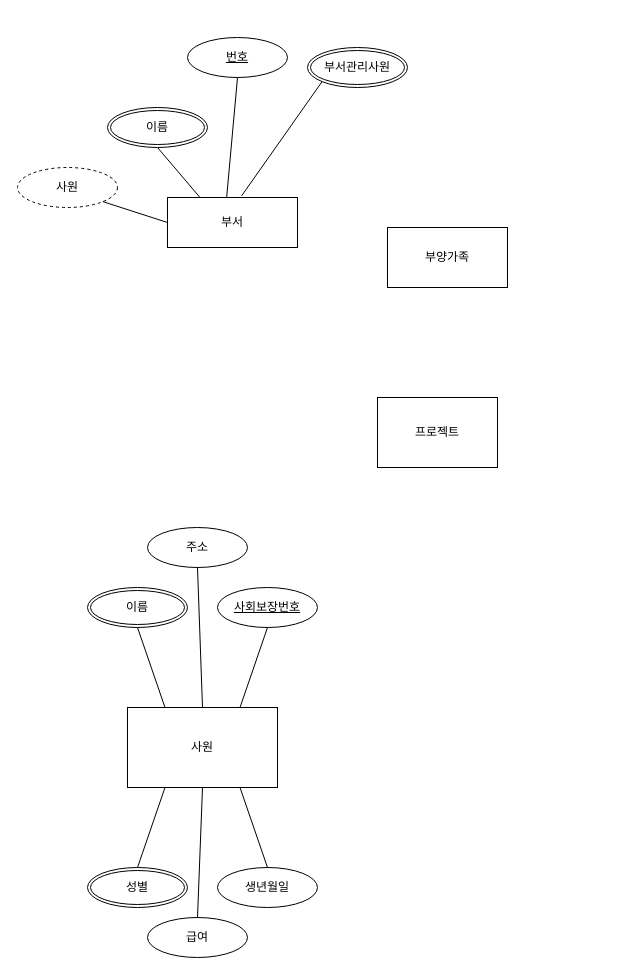
Before: 회사다이어그램.drawio in fghjklvmbn/programming-of-anything, a draw.io diagram. Source tidied: cells renumbered, new cells numbered last; positions are measured from the earlier drawing's top-left corner, leaving out a move shared by most shapes. Both pictures are drawn from the tidied source at 100%, with x=0, y=0 at pixel (17, 37).
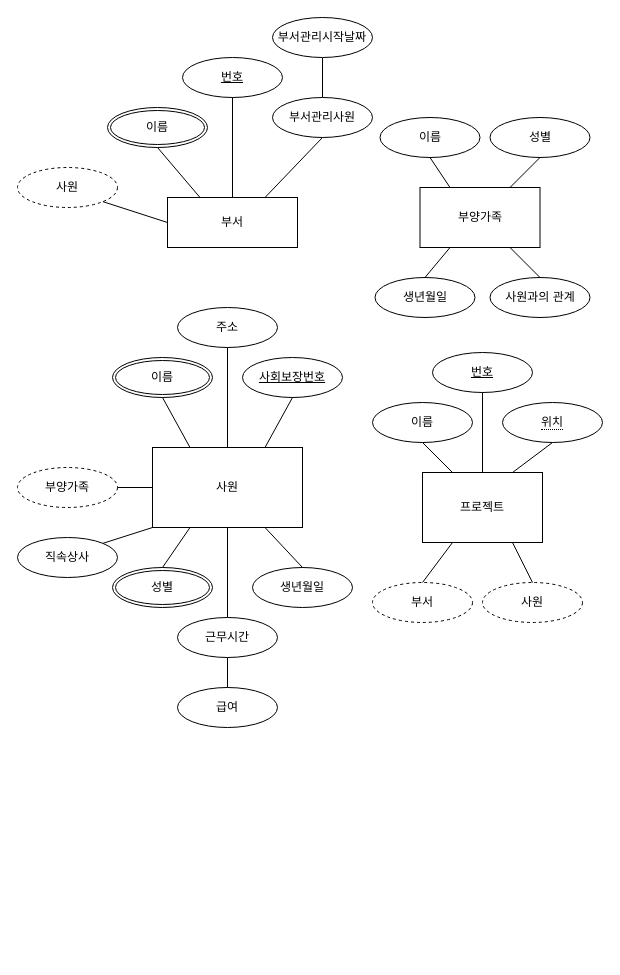
After the change.

Commit message (it also covers changes not shown here):
회사다이어그램.drawio 업데이트

The change refers to these unchanged cells:
```xml
<mxCell id="2" value="부서" style="rounded=0;whiteSpace=wrap;html=1;" parent="1" vertex="1">
  <mxGeometry x="150" y="160" width="130" height="50" as="geometry" />
</mxCell>
<mxCell id="10" value="이름" style="ellipse;shape=doubleEllipse;margin=3;whiteSpace=wrap;html=1;align=center;" parent="1" vertex="1">
  <mxGeometry x="90" y="70" width="100" height="40" as="geometry" />
</mxCell>
<mxCell id="12" value="사원" style="ellipse;whiteSpace=wrap;html=1;align=center;dashed=1;" parent="1" vertex="1">
  <mxGeometry y="130" width="100" height="40" as="geometry" />
</mxCell>
```

Change to the diagram source:
```diff
@@
     <mxCell id="3" value="부양가족" style="rounded=0;whiteSpace=wrap;html=1;" parent="1" vertex="1">
-      <mxGeometry x="370" y="190" width="120" height="60" as="geometry" />
+      <mxGeometry x="402.5" y="150" width="120" height="60" as="geometry" />
     </mxCell>
     <mxCell id="4" value="프로젝트" style="rounded=0;whiteSpace=wrap;html=1;" parent="1" vertex="1">
-      <mxGeometry x="360" y="360" width="120" height="70" as="geometry" />
+      <mxGeometry x="405" y="435" width="120" height="70" as="geometry" />
     </mxCell>
     <mxCell id="5" value="사원" style="rounded=0;whiteSpace=wrap;html=1;" parent="1" vertex="1">
-      <mxGeometry x="110" y="670" width="150" height="80" as="geometry" />
+      <mxGeometry x="135" y="410" width="150" height="80" as="geometry" />
     </mxCell>
-    <mxCell id="6" style="endArrow=none;html=1;rounded=0;exitX=0.25;exitY=0;exitDx=0;exitDy=0;" parent="1" edge="1" source="2">
-      <mxGeometry relative="1" as="geometry">
-        <mxPoint x="140" y="110" as="targetPoint" />
-      </mxGeometry>
-    </mxCell>
-    <mxCell id="7" style="endArrow=none;html=1;rounded=0;exitX=0.455;exitY=0;exitDx=0;exitDy=0;exitPerimeter=0;entryX=0.5;entryY=1;entryDx=0;entryDy=0;" parent="1" edge="1" source="2">
-      <mxGeometry relative="1" as="geometry">
-        <mxPoint x="220" y="40" as="targetPoint" />
-      </mxGeometry>
-    </mxCell>
-    <mxCell id="8" style="endArrow=none;html=1;rounded=0;exitX=0.57;exitY=-0.033;exitDx=0;exitDy=0;exitPerimeter=0;entryX=0;entryY=1;entryDx=0;entryDy=0;" parent="1" edge="1" source="2">
-      <mxGeometry relative="1" as="geometry">
-        <mxPoint x="304.6" y="44.1" as="targetPoint" />
-      </mxGeometry>
-    </mxCell>
-    <mxCell id="9" value="부서관리사원" style="ellipse;shape=doubleEllipse;margin=3;whiteSpace=wrap;html=1;align=center;" parent="1" vertex="1">
-      <mxGeometry x="290" y="10" width="100" height="40" as="geometry" />
-    </mxCell>
@@
     <mxCell id="11" value="번호" style="ellipse;whiteSpace=wrap;html=1;align=center;fontStyle=4;" parent="1" vertex="1">
-      <mxGeometry x="170" width="100" height="40" as="geometry" />
+      <mxGeometry x="165" y="20" width="100" height="40" as="geometry" />
     </mxCell>
@@
-    <mxCell id="13" style="endArrow=none;html=1;rounded=0;exitX=1;exitY=1;exitDx=0;exitDy=0;entryX=0;entryY=0.5;entryDx=0;entryDy=0;" parent="1" edge="1" source="12" target="2">
-      <mxGeometry relative="1" as="geometry" />
-    </mxCell>
     <mxCell id="14" value="주소" style="ellipse;whiteSpace=wrap;html=1;align=center;" parent="1" vertex="1">
-      <mxGeometry x="130" y="490" width="100" height="40" as="geometry" />
+      <mxGeometry x="160" y="270" width="100" height="40" as="geometry" />
     </mxCell>
     <mxCell id="15" value="급여" style="ellipse;whiteSpace=wrap;html=1;align=center;" parent="1" vertex="1">
-      <mxGeometry x="130" y="880" width="100" height="40" as="geometry" />
+      <mxGeometry x="160" y="650" width="100" height="40" as="geometry" />
     </mxCell>
     <mxCell id="16" value="생년월일" style="ellipse;whiteSpace=wrap;html=1;align=center;" parent="1" vertex="1">
-      <mxGeometry x="200" y="830" width="100" height="40" as="geometry" />
+      <mxGeometry x="235" y="530" width="100" height="40" as="geometry" />
     </mxCell>
     <mxCell id="17" value="사회보장번호" style="ellipse;whiteSpace=wrap;html=1;align=center;fontStyle=4;" parent="1" vertex="1">
-      <mxGeometry x="200" y="550" width="100" height="40" as="geometry" />
+      <mxGeometry x="225" y="320" width="100" height="40" as="geometry" />
     </mxCell>
     <mxCell id="18" value="이름" style="ellipse;shape=doubleEllipse;margin=3;whiteSpace=wrap;html=1;align=center;" parent="1" vertex="1">
-      <mxGeometry x="70" y="550" width="100" height="40" as="geometry" />
+      <mxGeometry x="95" y="320" width="100" height="40" as="geometry" />
     </mxCell>
     <mxCell id="19" value="성별" style="ellipse;shape=doubleEllipse;margin=3;whiteSpace=wrap;html=1;align=center;" parent="1" vertex="1">
-      <mxGeometry x="70" y="830" width="100" height="40" as="geometry" />
+      <mxGeometry x="95" y="530" width="100" height="40" as="geometry" />
     </mxCell>
@@
-    <mxCell id="23" style="endArrow=none;html=1;rounded=0;entryX=0.5;entryY=1;entryDx=0;entryDy=0;exitX=0.5;exitY=0;exitDx=0;exitDy=0;" parent="1" edge="1" source="15" target="5">
+    <mxCell id="23" style="endArrow=none;html=1;rounded=0;entryX=0.5;entryY=1;entryDx=0;entryDy=0;exitX=0.5;exitY=0;exitDx=0;exitDy=0;" parent="1" edge="1" source="53" target="5">
       <mxGeometry relative="1" as="geometry" />
     </mxCell>
@@
+    <mxCell id="26" value="번호" style="ellipse;whiteSpace=wrap;html=1;align=center;fontStyle=4;" parent="1" vertex="1">
+      <mxGeometry x="415" y="315" width="100" height="40" as="geometry" />
+    </mxCell>
+    <mxCell id="27" value="사원" style="ellipse;whiteSpace=wrap;html=1;align=center;dashed=1;" parent="1" vertex="1">
+      <mxGeometry x="465" y="545" width="100" height="40" as="geometry" />
+    </mxCell>
+    <mxCell id="28" value="&lt;span style=&quot;border-bottom: 1px dotted&quot;&gt;위치&lt;br&gt;&lt;/span&gt;" style="ellipse;whiteSpace=wrap;html=1;align=center;" parent="1" vertex="1">
+      <mxGeometry x="485" y="365" width="100" height="40" as="geometry" />
+    </mxCell>
+    <mxCell id="29" value="이름" style="ellipse;whiteSpace=wrap;html=1;align=center;" parent="1" vertex="1">
+      <mxGeometry x="355" y="365" width="100" height="40" as="geometry" />
+    </mxCell>
+    <mxCell id="30" value="부서" style="ellipse;whiteSpace=wrap;html=1;align=center;dashed=1;" parent="1" vertex="1">
+      <mxGeometry x="355" y="545" width="100" height="40" as="geometry" />
+    </mxCell>
+    <mxCell id="31" style="endArrow=none;html=1;rounded=0;exitX=0.25;exitY=1;exitDx=0;exitDy=0;entryX=0.5;entryY=0;entryDx=0;entryDy=0;" parent="1" edge="1" source="4" target="30">
+      <mxGeometry relative="1" as="geometry" />
+    </mxCell>
+    <mxCell id="32" style="endArrow=none;html=1;rounded=0;exitX=0.75;exitY=1;exitDx=0;exitDy=0;entryX=0.5;entryY=0;entryDx=0;entryDy=0;" parent="1" edge="1" source="4" target="27">
+      <mxGeometry relative="1" as="geometry" />
+    </mxCell>
+    <mxCell id="33" style="endArrow=none;html=1;rounded=0;exitX=0.5;exitY=1;exitDx=0;exitDy=0;entryX=0.25;entryY=0;entryDx=0;entryDy=0;" parent="1" edge="1" source="29" target="4">
+      <mxGeometry relative="1" as="geometry" />
+    </mxCell>
+    <mxCell id="34" style="endArrow=none;html=1;rounded=0;entryX=0.5;entryY=1;entryDx=0;entryDy=0;exitX=0.5;exitY=0;exitDx=0;exitDy=0;" parent="1" edge="1" source="4" target="26">
+      <mxGeometry relative="1" as="geometry" />
+    </mxCell>
+    <mxCell id="35" style="endArrow=none;html=1;rounded=0;entryX=0.5;entryY=1;entryDx=0;entryDy=0;exitX=0.75;exitY=0;exitDx=0;exitDy=0;" parent="1" edge="1" source="4" target="28">
+      <mxGeometry relative="1" as="geometry" />
+    </mxCell>
+    <mxCell id="36" value="성별" style="ellipse;whiteSpace=wrap;html=1;align=center;" parent="1" vertex="1">
+      <mxGeometry x="472.5" y="80" width="100" height="40" as="geometry" />
+    </mxCell>
+    <mxCell id="37" value="이름" style="ellipse;whiteSpace=wrap;html=1;align=center;" parent="1" vertex="1">
+      <mxGeometry x="362.5" y="80" width="100" height="40" as="geometry" />
+    </mxCell>
+    <mxCell id="38" value="생년월일" style="ellipse;whiteSpace=wrap;html=1;align=center;" parent="1" vertex="1">
+      <mxGeometry x="357.5" y="240" width="100" height="40" as="geometry" />
+    </mxCell>
+    <mxCell id="39" value="사원과의 관계" style="ellipse;whiteSpace=wrap;html=1;align=center;" parent="1" vertex="1">
+      <mxGeometry x="472.5" y="240" width="100" height="40" as="geometry" />
+    </mxCell>
+    <mxCell id="40" style="endArrow=none;html=1;rounded=0;exitX=0.5;exitY=0;exitDx=0;exitDy=0;entryX=0.25;entryY=1;entryDx=0;entryDy=0;" parent="1" edge="1" source="38" target="3">
+      <mxGeometry relative="1" as="geometry" />
+    </mxCell>
+    <mxCell id="41" style="endArrow=none;html=1;rounded=0;entryX=0.75;entryY=1;entryDx=0;entryDy=0;exitX=0.5;exitY=0;exitDx=0;exitDy=0;" parent="1" edge="1" source="39" target="3">
+      <mxGeometry relative="1" as="geometry" />
+    </mxCell>
+    <mxCell id="42" style="endArrow=none;html=1;rounded=0;exitX=0.25;exitY=0;exitDx=0;exitDy=0;entryX=0.5;entryY=1;entryDx=0;entryDy=0;" parent="1" edge="1" source="3" target="37">
+      <mxGeometry relative="1" as="geometry" />
+    </mxCell>
+    <mxCell id="43" style="endArrow=none;html=1;rounded=0;exitX=0.75;exitY=0;exitDx=0;exitDy=0;entryX=0.5;entryY=1;entryDx=0;entryDy=0;" parent="1" edge="1" source="3" target="36">
+      <mxGeometry relative="1" as="geometry" />
+    </mxCell>
+    <mxCell id="13" style="endArrow=none;html=1;rounded=0;exitX=1;exitY=1;exitDx=0;exitDy=0;entryX=0;entryY=0.5;entryDx=0;entryDy=0;" parent="1" edge="1" source="12" target="2">
+      <mxGeometry relative="1" as="geometry" />
+    </mxCell>
+    <mxCell id="44" style="endArrow=none;html=1;rounded=0;exitX=0.5;exitY=1;exitDx=0;exitDy=0;entryX=0.25;entryY=0;entryDx=0;entryDy=0;" parent="1" edge="1" source="10" target="2">
+      <mxGeometry relative="1" as="geometry" />
+    </mxCell>
+    <mxCell id="45" style="endArrow=none;html=1;rounded=0;exitX=0.5;exitY=1;exitDx=0;exitDy=0;entryX=0.5;entryY=0;entryDx=0;entryDy=0;" parent="1" edge="1" source="11" target="2">
+      <mxGeometry relative="1" as="geometry" />
+    </mxCell>
+    <mxCell id="46" style="endArrow=none;html=1;rounded=0;exitX=0.5;exitY=1;exitDx=0;exitDy=0;entryX=0.75;entryY=0;entryDx=0;entryDy=0;" parent="1" edge="1" source="9" target="2">
+      <mxGeometry relative="1" as="geometry" />
+    </mxCell>
+    <mxCell id="47" value="부양가족" style="ellipse;whiteSpace=wrap;html=1;align=center;dashed=1;" parent="1" vertex="1">
+      <mxGeometry y="430" width="100" height="40" as="geometry" />
+    </mxCell>
+    <mxCell id="48" style="endArrow=none;html=1;rounded=0;exitX=1;exitY=0.5;exitDx=0;exitDy=0;entryX=0;entryY=0.5;entryDx=0;entryDy=0;" parent="1" edge="1" source="47" target="5">
+      <mxGeometry relative="1" as="geometry" />
+    </mxCell>
+    <mxCell id="49" style="endArrow=none;html=1;rounded=0;exitX=0.5;exitY=0;exitDx=0;exitDy=0;entryX=0.5;entryY=1;entryDx=0;entryDy=0;" parent="1" edge="1" source="9" target="50">
+      <mxGeometry relative="1" as="geometry" />
+    </mxCell>
+    <mxCell id="50" value="부서관리시작날짜" style="ellipse;whiteSpace=wrap;html=1;align=center;" parent="1" vertex="1">
+      <mxGeometry x="255" y="-20" width="100" height="40" as="geometry" />
+    </mxCell>
+    <mxCell id="51" value="직속상사&lt;br&gt;" style="ellipse;whiteSpace=wrap;html=1;align=center;" parent="1" vertex="1">
+      <mxGeometry y="500" width="100" height="40" as="geometry" />
+    </mxCell>
+    <mxCell id="52" style="endArrow=none;html=1;rounded=0;exitX=1;exitY=0;exitDx=0;exitDy=0;entryX=0;entryY=1;entryDx=0;entryDy=0;" parent="1" edge="1" source="51" target="5">
+      <mxGeometry relative="1" as="geometry" />
+    </mxCell>
+    <mxCell id="53" value="근무시간" style="ellipse;whiteSpace=wrap;html=1;align=center;" parent="1" vertex="1">
+      <mxGeometry x="160" y="580" width="100" height="40" as="geometry" />
+    </mxCell>
+    <mxCell id="54" style="endArrow=none;html=1;rounded=0;entryX=0.5;entryY=1;entryDx=0;entryDy=0;exitX=0.5;exitY=0;exitDx=0;exitDy=0;" parent="1" edge="1" source="15" target="53">
+      <mxGeometry relative="1" as="geometry" />
+    </mxCell>
+    <mxCell id="9" value="부서관리사원" style="ellipse;whiteSpace=wrap;html=1;align=center;" parent="1" vertex="1">
+      <mxGeometry x="255" y="60" width="100" height="40" as="geometry" />
+    </mxCell>
```
